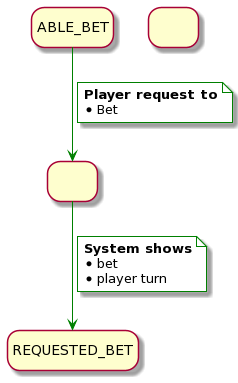
USantaTecla-game-backgammon/backgammon keeps this PlantUML diagram as rup/usecase/request_bet.png. Above is the earlier version. Its diagram source:
```plantuml
@startuml
hide empty description

state ABLE_BET
state REQUESTED_BET
state " " as 1
state " " as 2


ABLE_BET -[#green]-> 1
note on link #white
    <b>Player request to</b>
    * Bet
end note

1 -[#green]-> REQUESTED_BET
note on link #white
    <b>System shows</b>
    * bet
    * player turn
end note
@enduml
```
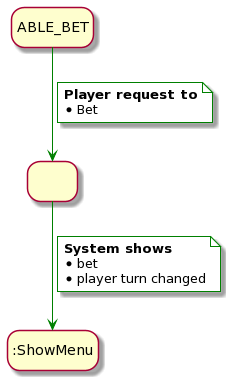
Later version of the same file.

Change to the diagram source:
```diff
@@ -2,9 +2,7 @@
 hide empty description
 
 state ABLE_BET
-state REQUESTED_BET
 state " " as 1
-state " " as 2
 
 
 ABLE_BET -[#green]-> 1
@@ -13,10 +11,10 @@
     * Bet
 end note
 
-1 -[#green]-> REQUESTED_BET
+1 -[#green]-> :ShowMenu
 note on link #white
     <b>System shows</b>
     * bet
-    * player turn
+    * player turn changed
 end note
 @enduml
```
